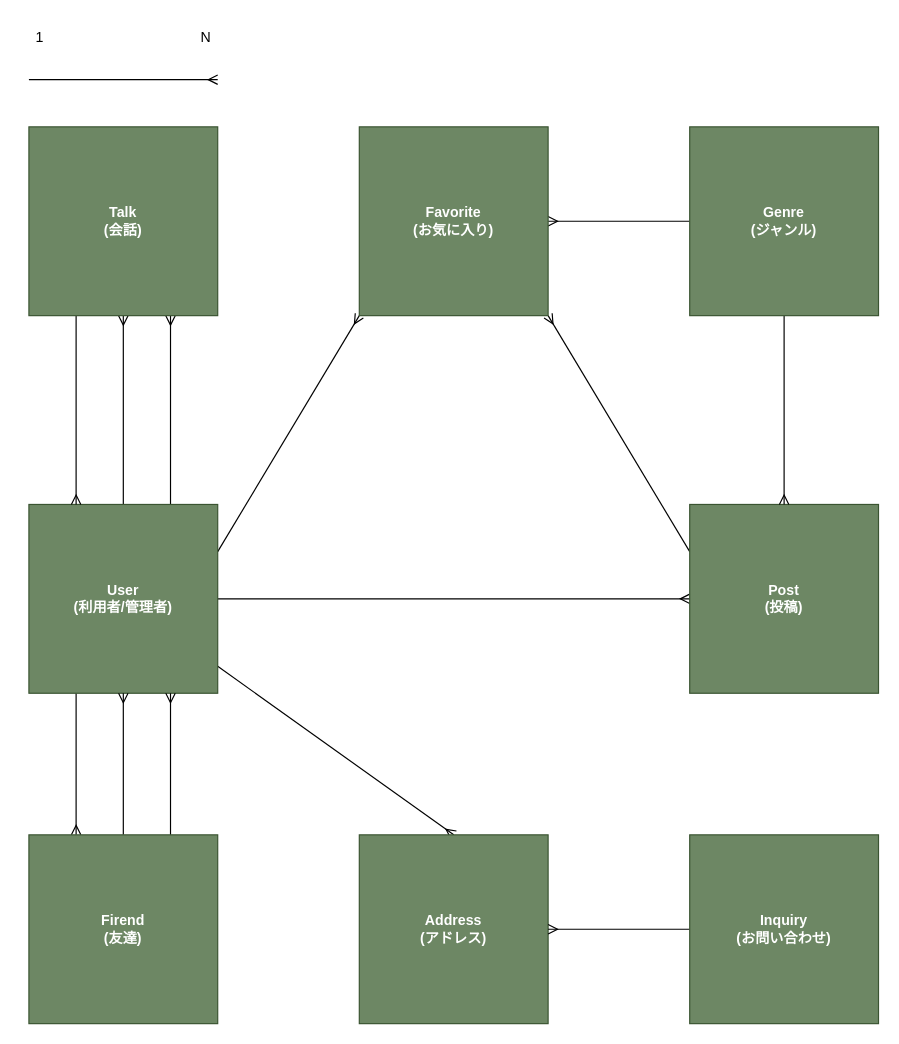
chobi0228desu/AnswerClear keeps this draw.io diagram as page "ER図" (1 of 3) of others/answer_clear.drawio. Above is the earlier version. Source tidied: cells renumbered, new cells numbered last; positions are measured from the earlier drawing's top-left corner, leaving out a move shared by most shapes. Both pictures are drawn from the tidied source at 118%, with x=0, y=0 at pixel (28, 20).
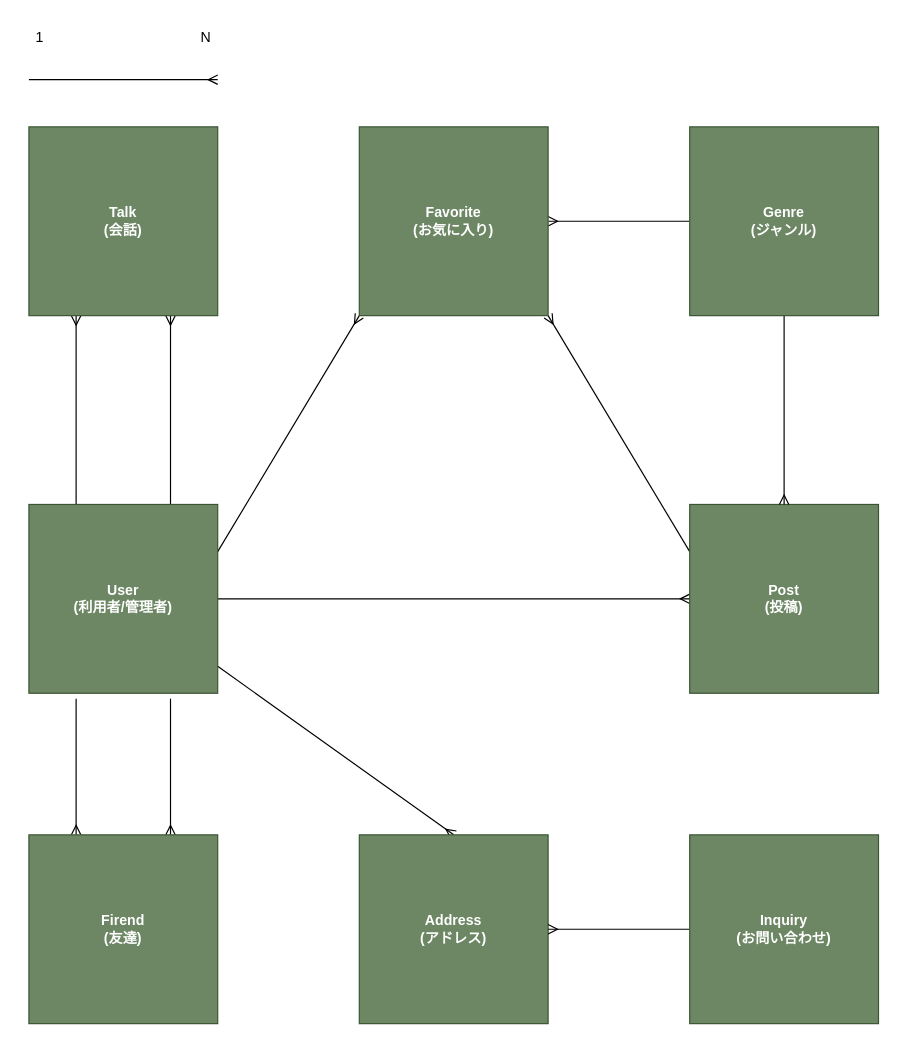
The same diagram, later.

The change refers to these unchanged cells:
```xml
<mxCell id="8" value="User&lt;br&gt;(利用者/管理者)" style="whiteSpace=wrap;html=1;fillColor=#6d8764;fontColor=#ffffff;strokeColor=#3A5431;fontStyle=1;" parent="1" vertex="1">
  <mxGeometry y="410" width="160" height="160" as="geometry" />
</mxCell>
<mxCell id="19" value="Talk&lt;br&gt;(会話)" style="whiteSpace=wrap;html=1;fillColor=#6d8764;fontColor=#ffffff;strokeColor=#3A5431;fontStyle=1;" parent="1" vertex="1">
  <mxGeometry y="90" width="160" height="160" as="geometry" />
</mxCell>
<mxCell id="22" value="Firend&lt;br&gt;(友達)" style="whiteSpace=wrap;html=1;fillColor=#6d8764;fontColor=#ffffff;strokeColor=#3A5431;fontStyle=1;" parent="1" vertex="1">
  <mxGeometry y="690" width="160" height="160" as="geometry" />
</mxCell>
```

What changed in the source:
```diff
@@
-    <mxCell id="6" style="edgeStyle=none;html=1;exitX=0.25;exitY=1;exitDx=0;exitDy=0;entryX=0.25;entryY=0;entryDx=0;entryDy=0;endArrow=ERmany;endFill=0;" parent="1" edge="1" source="8" target="22">
-      <mxGeometry relative="1" as="geometry" />
-    </mxCell>
-    <mxCell id="7" style="edgeStyle=none;html=1;entryX=0.5;entryY=1;entryDx=0;entryDy=0;endArrow=ERmany;endFill=0;" parent="1" edge="1" source="8" target="19">
+    <mxCell id="7" style="edgeStyle=none;html=1;entryX=0.25;entryY=1;entryDx=0;entryDy=0;endArrow=ERmany;endFill=0;exitX=0.25;exitY=0;exitDx=0;exitDy=0;" parent="1" edge="1" source="8" target="19">
       <mxGeometry relative="1" as="geometry" />
     </mxCell>
@@
-    <mxCell id="18" style="edgeStyle=none;html=1;entryX=0.25;entryY=0;entryDx=0;entryDy=0;exitX=0.25;exitY=1;exitDx=0;exitDy=0;endArrow=ERmany;endFill=0;" parent="1" edge="1" source="19" target="8">
-      <mxGeometry relative="1" as="geometry" />
-    </mxCell>
@@
-    <mxCell id="20" style="edgeStyle=none;html=1;exitX=0.75;exitY=0;exitDx=0;exitDy=0;entryX=0.75;entryY=1;entryDx=0;entryDy=0;endArrow=ERmany;endFill=0;" parent="1" edge="1" source="22" target="8">
-      <mxGeometry relative="1" as="geometry" />
+    <mxCell id="20" style="edgeStyle=none;html=1;exitX=0.75;exitY=0;exitDx=0;exitDy=0;entryX=0.75;entryY=0;entryDx=0;entryDy=0;endArrow=ERmany;endFill=0;" parent="1" edge="1" source="22" target="22">
+      <mxGeometry relative="1" as="geometry">
+        <Array as="points">
+          <mxPoint x="120" y="570" />
+        </Array>
+      </mxGeometry>
     </mxCell>
-    <mxCell id="21" style="edgeStyle=none;html=1;entryX=0.5;entryY=1;entryDx=0;entryDy=0;endArrow=ERmany;endFill=0;" parent="1" edge="1" source="22" target="8">
-      <mxGeometry relative="1" as="geometry" />
+    <mxCell id="21" style="edgeStyle=none;html=1;endArrow=ERmany;endFill=0;exitX=0.25;exitY=0;exitDx=0;exitDy=0;entryX=0.25;entryY=0;entryDx=0;entryDy=0;" parent="1" edge="1" source="22" target="22">
+      <mxGeometry relative="1" as="geometry">
+        <Array as="points">
+          <mxPoint x="40" y="570" />
+        </Array>
+      </mxGeometry>
     </mxCell>
```
